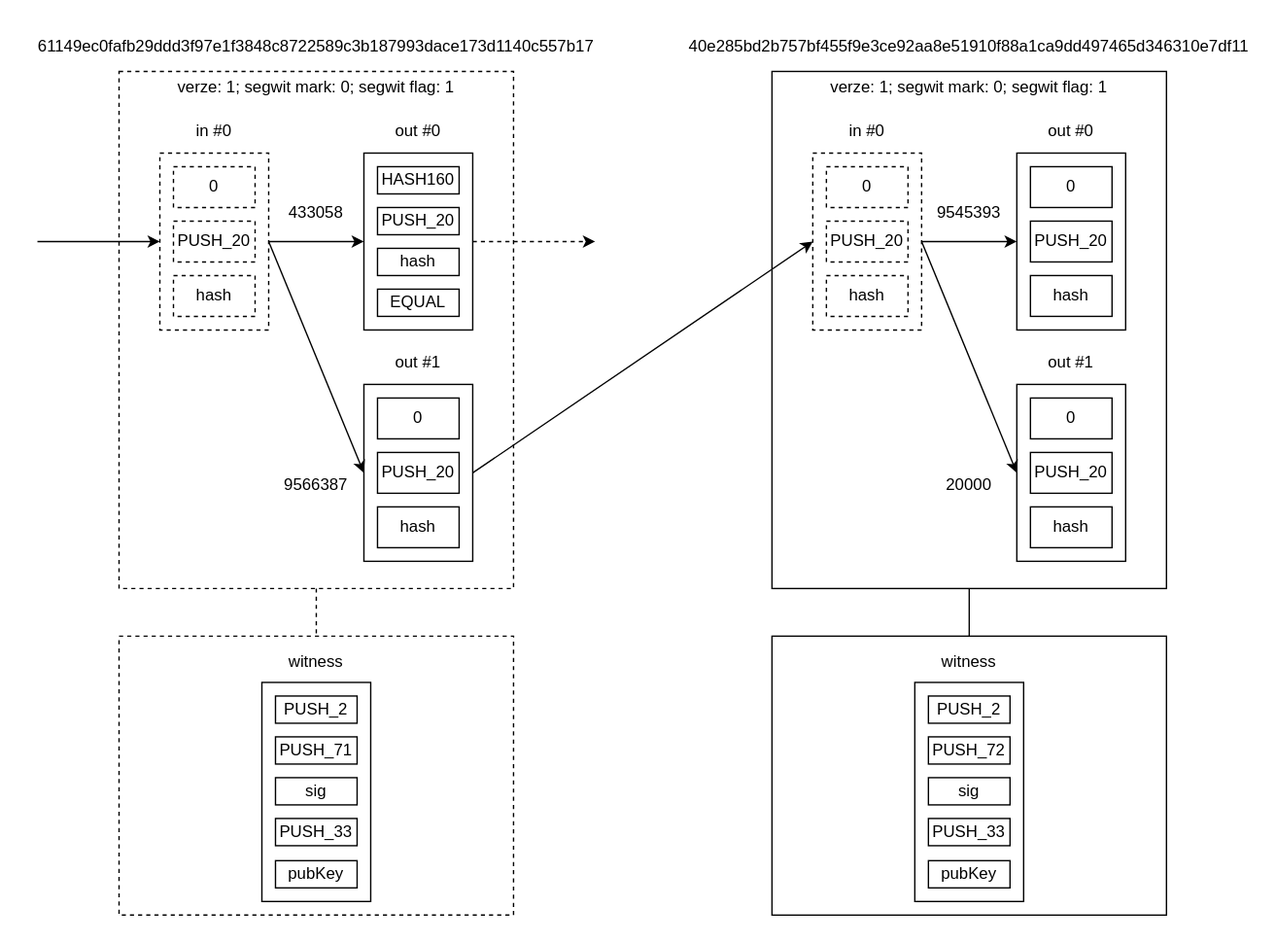
Earlier version of the draw.io export img/txs.svg (iWarpBTC/iWarpBTC.github.io). Source tidied: cells renumbered, new cells last; positions are measured from the earlier drawing's top-left corner, leaving out a move shared by most shapes.
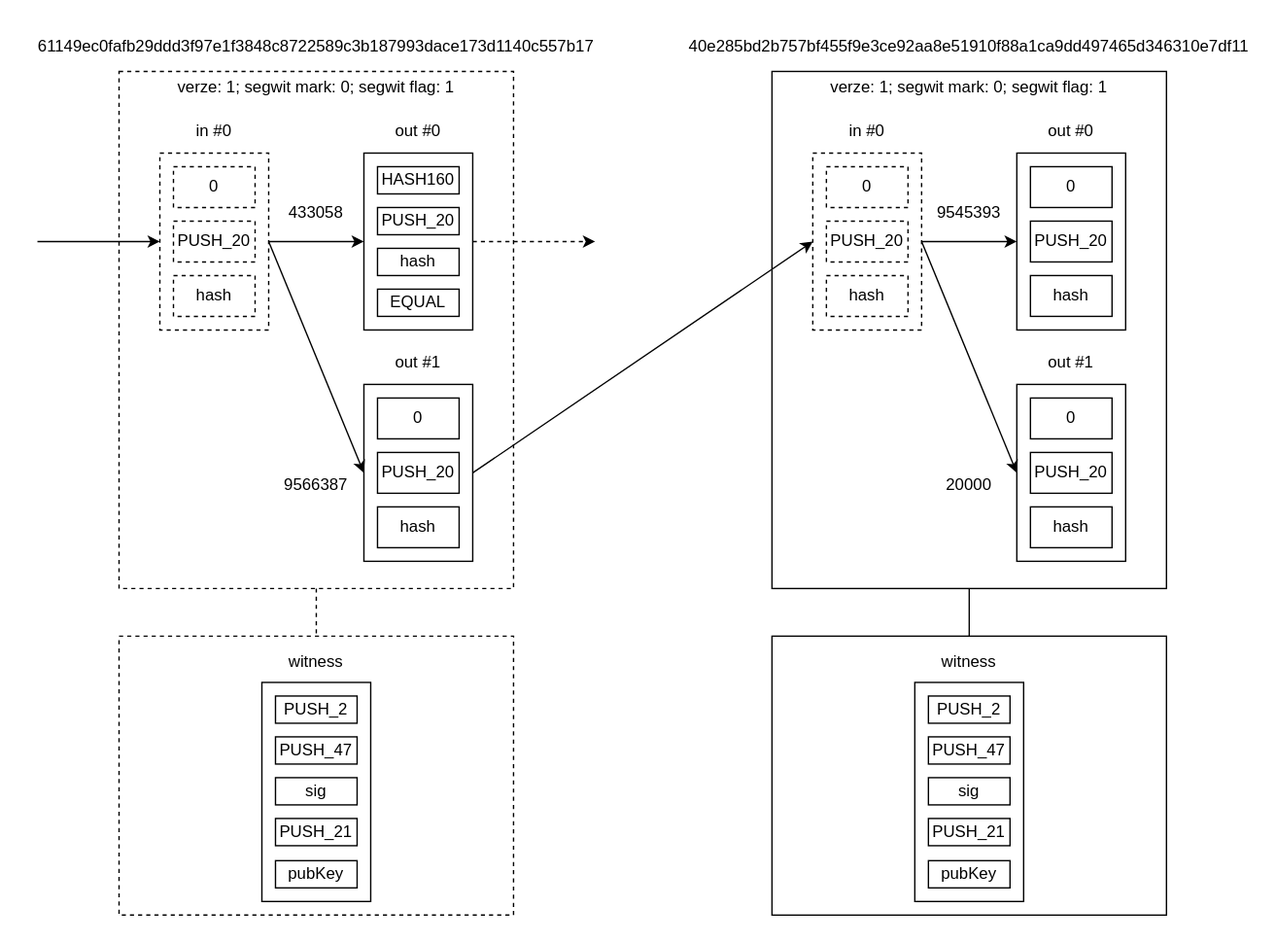
Above is the later version.

The edit, as a diff of the source:
```diff
@@ -177,13 +177,13 @@
     <mxCell id="56" value="PUSH_2" style="rounded=0;whiteSpace=wrap;html=1;align=center;" parent="1" vertex="1">
       <mxGeometry x="175" y="491" width="60" height="20" as="geometry" />
     </mxCell>
-    <mxCell id="57" value="&lt;div&gt;PUSH_71&lt;/div&gt;" style="rounded=0;whiteSpace=wrap;html=1;align=center;" parent="1" vertex="1">
+    <mxCell id="57" value="&lt;div&gt;PUSH_47&lt;/div&gt;" style="rounded=0;whiteSpace=wrap;html=1;align=center;" parent="1" vertex="1">
       <mxGeometry x="175" y="521" width="60" height="20" as="geometry" />
     </mxCell>
     <mxCell id="58" value="sig" style="rounded=0;whiteSpace=wrap;html=1;align=center;" parent="1" vertex="1">
       <mxGeometry x="175" y="551" width="60" height="20" as="geometry" />
     </mxCell>
-    <mxCell id="59" value="PUSH_33" style="rounded=0;whiteSpace=wrap;html=1;align=center;" parent="1" vertex="1">
+    <mxCell id="59" value="PUSH_21" style="rounded=0;whiteSpace=wrap;html=1;align=center;" parent="1" vertex="1">
       <mxGeometry x="175" y="581" width="60" height="20" as="geometry" />
     </mxCell>
     <mxCell id="60" value="pubKey" style="rounded=0;whiteSpace=wrap;html=1;align=center;" parent="1" vertex="1">
@@ -201,13 +201,13 @@
     <mxCell id="64" value="PUSH_2" style="rounded=0;whiteSpace=wrap;html=1;align=center;" parent="1" vertex="1">
       <mxGeometry x="655" y="491" width="60" height="20" as="geometry" />
     </mxCell>
-    <mxCell id="65" value="&lt;div&gt;PUSH_72&lt;/div&gt;" style="rounded=0;whiteSpace=wrap;html=1;align=center;" parent="1" vertex="1">
+    <mxCell id="65" value="&lt;div&gt;PUSH_47&lt;/div&gt;" style="rounded=0;whiteSpace=wrap;html=1;align=center;" parent="1" vertex="1">
       <mxGeometry x="655" y="521" width="60" height="20" as="geometry" />
     </mxCell>
     <mxCell id="66" value="sig" style="rounded=0;whiteSpace=wrap;html=1;align=center;" parent="1" vertex="1">
       <mxGeometry x="655" y="551" width="60" height="20" as="geometry" />
     </mxCell>
-    <mxCell id="67" value="PUSH_33" style="rounded=0;whiteSpace=wrap;html=1;align=center;" parent="1" vertex="1">
+    <mxCell id="67" value="PUSH_21" style="rounded=0;whiteSpace=wrap;html=1;align=center;" parent="1" vertex="1">
       <mxGeometry x="655" y="581" width="60" height="20" as="geometry" />
     </mxCell>
     <mxCell id="68" value="pubKey" style="rounded=0;whiteSpace=wrap;html=1;align=center;" parent="1" vertex="1">
```
